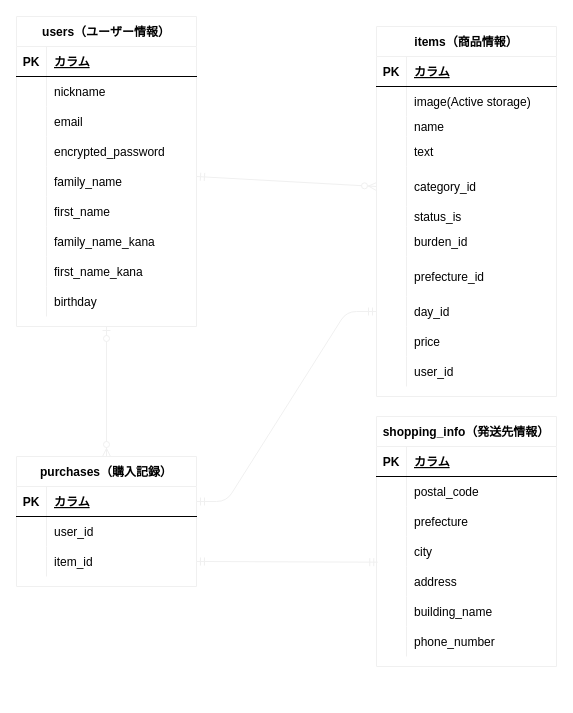
The draw.io diagram furima.dio in matsunaga1994/furima-35546, before the edit. Source tidied: cells renumbered, new cells numbered last; positions are measured from the earlier drawing's top-left corner, leaving out a move shared by most shapes. Both pictures are drawn from the tidied source at 100%, with x=0, y=0 at pixel (16, 16).
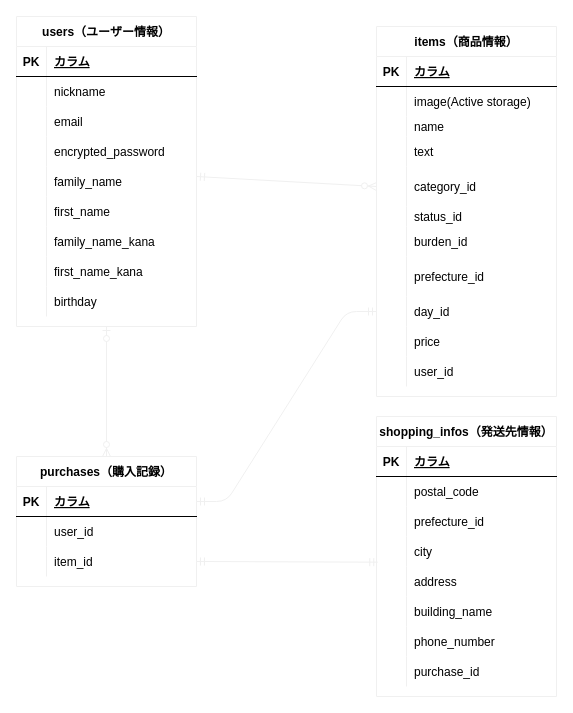
Above is the later version.

Commit message (it also covers changes not shown here):
ER図、README再修正

Unchanged cells that the change refers to:
```xml
<mxCell id="46" style="shape=partialRectangle;fillColor=none;top=0;left=0;bottom=0;right=0;" parent="30" vertex="1">
  <mxGeometry y="180" width="180" height="20" as="geometry" />
</mxCell>
<mxCell id="81" style="shape=partialRectangle;fillColor=none;top=0;left=0;bottom=0;right=0;" parent="74" vertex="1">
  <mxGeometry y="90" width="180" height="30" as="geometry" />
</mxCell>
```

The edit, as a diff of the source:
```diff
@@
-    <mxCell id="48" value="status_is" style="shape=partialRectangle;fillColor=none;top=0;left=0;bottom=0;right=0;align=left;spacingLeft=6;overflow=hidden;" parent="46" vertex="1">
+    <mxCell id="48" value="status_id" style="shape=partialRectangle;fillColor=none;top=0;left=0;bottom=0;right=0;align=left;spacingLeft=6;overflow=hidden;" parent="46" vertex="1">
       <mxGeometry x="30" width="150" height="20" as="geometry" />
     </mxCell>
@@
-    <mxCell id="74" value="shopping_info（発送先情報）" style="shape=table;startSize=30;childLayout=tableLayout;rowLines=0;fontStyle=1;align=center;strokeColor=#f0f0f0;" parent="1" vertex="1">
-      <mxGeometry x="360" y="400" width="180" height="250" as="geometry" />
+    <mxCell id="74" value="shopping_infos（発送先情報）" style="shape=table;startSize=30;childLayout=tableLayout;rowLines=0;fontStyle=1;align=center;strokeColor=#f0f0f0;" parent="1" vertex="1">
+      <mxGeometry x="360" y="400" width="180" height="280" as="geometry" />
     </mxCell>
@@
-    <mxCell id="83" value="prefecture" style="shape=partialRectangle;fillColor=none;top=0;left=0;bottom=0;right=0;align=left;spacingLeft=6;overflow=hidden;" parent="81" vertex="1">
+    <mxCell id="83" value="prefecture_id" style="shape=partialRectangle;fillColor=none;top=0;left=0;bottom=0;right=0;align=left;spacingLeft=6;overflow=hidden;" parent="81" vertex="1">
       <mxGeometry x="30" width="150" height="30" as="geometry" />
     </mxCell>
@@
+    <mxCell id="100" style="shape=partialRectangle;fillColor=none;top=0;left=0;bottom=0;right=0;" parent="74" vertex="1">
+      <mxGeometry y="240" width="180" height="30" as="geometry" />
+    </mxCell>
+    <mxCell id="101" style="shape=partialRectangle;fillColor=none;top=0;left=0;bottom=0;right=0;overflow=hidden;" parent="100" vertex="1">
+      <mxGeometry width="30" height="30" as="geometry" />
+    </mxCell>
+    <mxCell id="102" value="purchase_id" style="shape=partialRectangle;fillColor=none;top=0;left=0;bottom=0;right=0;align=left;spacingLeft=6;overflow=hidden;" parent="100" vertex="1">
+      <mxGeometry x="30" width="150" height="30" as="geometry" />
+    </mxCell>
```
